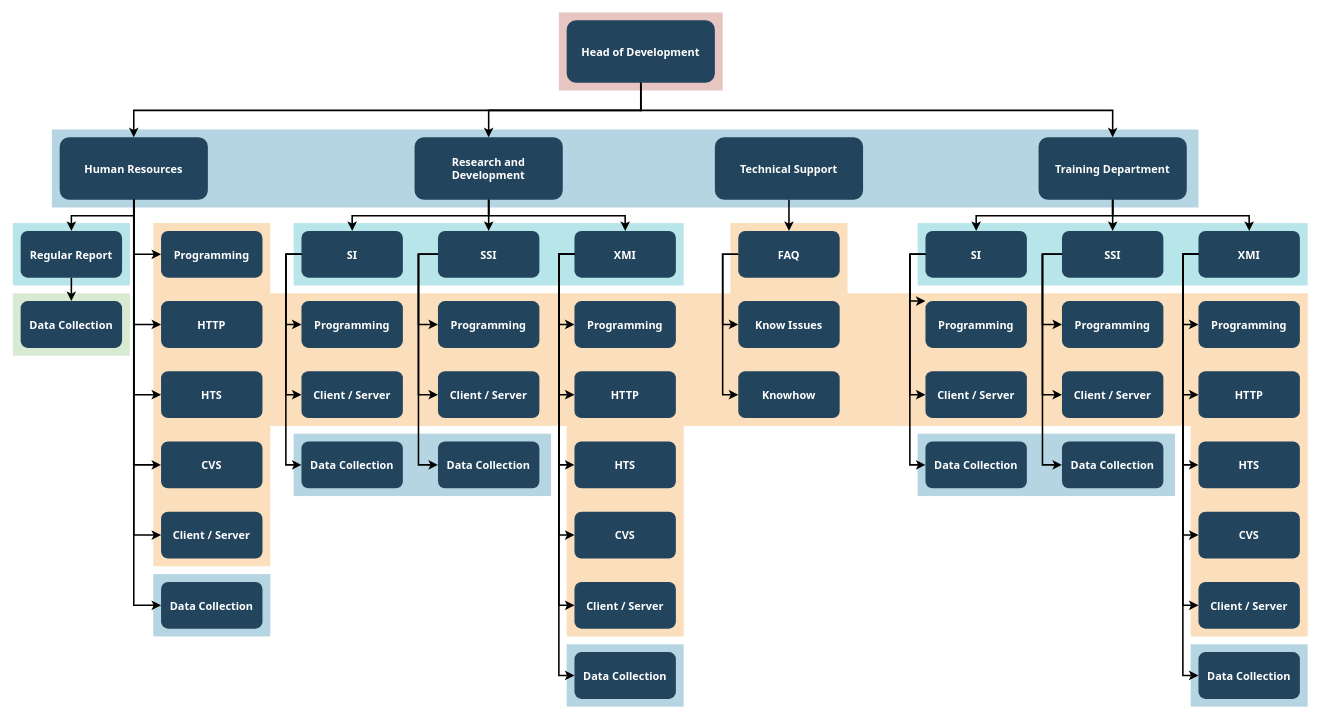
BatyrKebab/testGIT keeps this draw.io diagram as Untitled Diagram.drawio. Above is the earlier version. Source tidied: cells renumbered, new cells numbered last; positions are measured from the earlier drawing's top-left corner, leaving out a move shared by most shapes. Both pictures are drawn from the tidied source at 78%, with x=0, y=0 at pixel (12, 12).
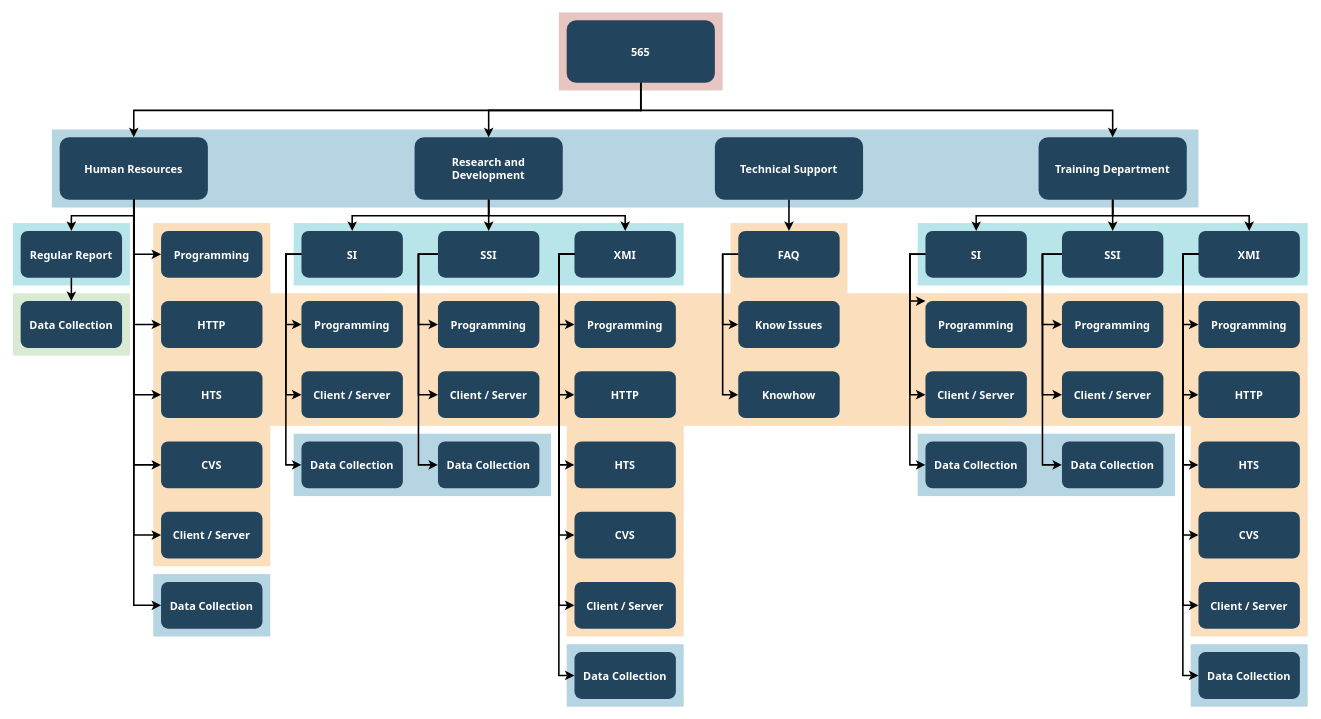
Above is the later version.

Diff of the diagram source:
```diff
@@
-    <mxCell id="18" value="Head of Development" style="rounded=1;fillColor=#23445D;gradientColor=none;strokeColor=none;fontColor=#FFFFFF;fontStyle=1;fontFamily=Tahoma;fontSize=14;" parent="1" vertex="1">
+    <mxCell id="18" value="565" style="rounded=1;fillColor=#23445D;gradientColor=none;strokeColor=none;fontColor=#FFFFFF;fontStyle=1;fontFamily=Tahoma;fontSize=14;" parent="1" vertex="1">
       <mxGeometry x="710" y="9.5" width="190" height="80" as="geometry" />
     </mxCell>
```
